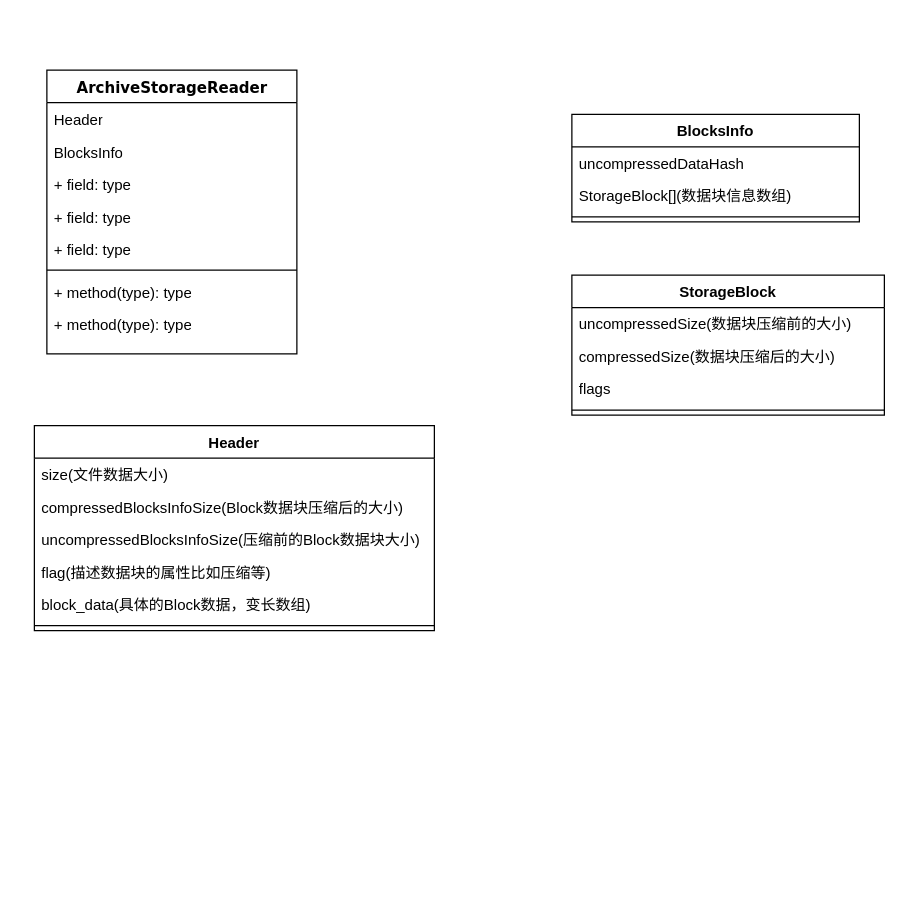
The draw.io diagram Untitled Diagram.drawio in houxuanfelix/FelixCode, before the edit. Source tidied: cells renumbered, new cells numbered last; positions are measured from the earlier drawing's top-left corner, leaving out a move shared by most shapes. Both pictures are drawn from the tidied source at 125%, with x=0, y=0 at pixel (34, 70).
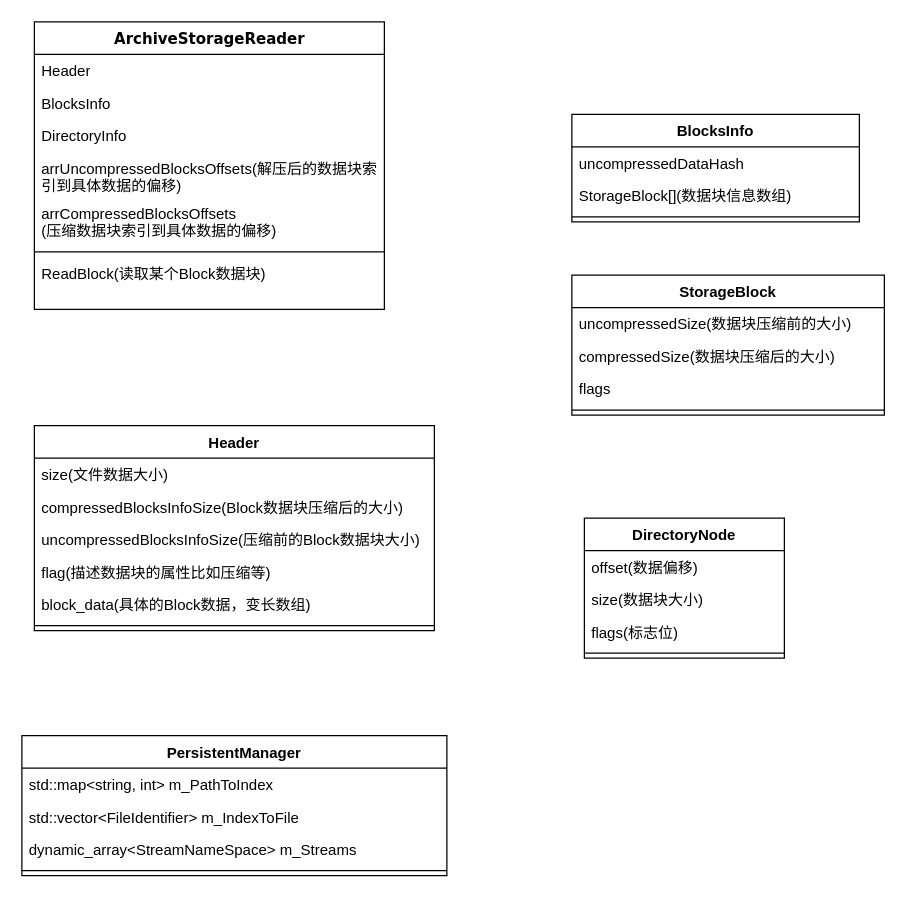
Above is the later version.

Diff of the diagram source:
```diff
@@
     <mxCell id="2" value="ArchiveStorageReader" style="swimlane;html=1;fontStyle=1;align=center;verticalAlign=top;horizontal=1;startSize=26;swimlaneFillColor=#ffffff;rounded=0;shadow=0;comic=0;labelBackgroundColor=none;strokeColor=#000000;strokeWidth=1;fillColor=none;fontFamily=Verdana;fontSize=12;fontColor=#000000;" parent="1" vertex="1">
-      <mxGeometry x="10" y="-0.5" width="200" height="227" as="geometry" />
+      <mxGeometry y="-39" width="280" height="230" as="geometry" />
     </mxCell>
     <mxCell id="3" value="Header" style="text;html=1;strokeColor=none;fillColor=none;align=left;verticalAlign=top;spacingLeft=4;spacingRight=4;whiteSpace=wrap;overflow=hidden;" parent="2" vertex="1">
-      <mxGeometry y="26" width="200" height="26" as="geometry" />
+      <mxGeometry y="26" width="280" height="26" as="geometry" />
     </mxCell>
     <mxCell id="4" value="BlocksInfo" style="text;html=1;strokeColor=none;fillColor=none;align=left;verticalAlign=top;spacingLeft=4;spacingRight=4;whiteSpace=wrap;overflow=hidden;" parent="2" vertex="1">
-      <mxGeometry y="52" width="200" height="26" as="geometry" />
+      <mxGeometry y="52" width="280" height="26" as="geometry" />
     </mxCell>
-    <mxCell id="5" value="+ field: type" style="text;html=1;strokeColor=none;fillColor=none;align=left;verticalAlign=top;spacingLeft=4;spacingRight=4;whiteSpace=wrap;overflow=hidden;" parent="2" vertex="1">
-      <mxGeometry y="78" width="200" height="26" as="geometry" />
+    <mxCell id="5" value="DirectoryInfo" style="text;html=1;strokeColor=none;fillColor=none;align=left;verticalAlign=top;spacingLeft=4;spacingRight=4;whiteSpace=wrap;overflow=hidden;" parent="2" vertex="1">
+      <mxGeometry y="78" width="280" height="26" as="geometry" />
     </mxCell>
-    <mxCell id="6" value="+ field: type" style="text;html=1;strokeColor=none;fillColor=none;align=left;verticalAlign=top;spacingLeft=4;spacingRight=4;whiteSpace=wrap;overflow=hidden;" parent="2" vertex="1">
-      <mxGeometry y="104" width="200" height="26" as="geometry" />
+    <mxCell id="6" value="arrUncompressedBlocksOffsets(解压后的数据块索引到具体数据的偏移)" style="text;html=1;strokeColor=none;fillColor=none;align=left;verticalAlign=top;spacingLeft=4;spacingRight=4;whiteSpace=wrap;overflow=hidden;" parent="2" vertex="1">
+      <mxGeometry y="104" width="280" height="36" as="geometry" />
     </mxCell>
-    <mxCell id="7" value="+ field: type" style="text;html=1;strokeColor=none;fillColor=none;align=left;verticalAlign=top;spacingLeft=4;spacingRight=4;whiteSpace=wrap;overflow=hidden;" parent="2" vertex="1">
-      <mxGeometry y="130" width="200" height="26" as="geometry" />
+    <mxCell id="7" value="arrCompressedBlocksOffsets&lt;br&gt;(压缩数据块索引到具体数据的偏移)" style="text;html=1;strokeColor=none;fillColor=none;align=left;verticalAlign=top;spacingLeft=4;spacingRight=4;whiteSpace=wrap;overflow=hidden;" parent="2" vertex="1">
+      <mxGeometry y="140" width="280" height="40" as="geometry" />
     </mxCell>
     <mxCell id="8" style="line;html=1;strokeWidth=1;fillColor=none;align=left;verticalAlign=middle;spacingTop=-1;spacingLeft=3;spacingRight=3;labelPosition=right;" parent="2" vertex="1">
-      <mxGeometry y="156" width="200" height="8" as="geometry" />
+      <mxGeometry y="180" width="280" height="8" as="geometry" />
     </mxCell>
-    <mxCell id="9" value="+ method(type): type" style="text;html=1;strokeColor=none;fillColor=none;align=left;verticalAlign=top;spacingLeft=4;spacingRight=4;whiteSpace=wrap;overflow=hidden;" parent="2" vertex="1">
-      <mxGeometry y="164" width="200" height="26" as="geometry" />
-    </mxCell>
-    <mxCell id="10" value="+ method(type): type" style="text;html=1;strokeColor=none;fillColor=none;align=left;verticalAlign=top;spacingLeft=4;spacingRight=4;whiteSpace=wrap;overflow=hidden;" parent="2" vertex="1">
-      <mxGeometry y="190" width="200" height="26" as="geometry" />
-    </mxCell>
+    <mxCell id="27" value="ReadBlock(读取某个Block数据块)" style="text;html=1;strokeColor=none;fillColor=none;align=left;verticalAlign=top;spacingLeft=4;spacingRight=4;whiteSpace=wrap;overflow=hidden;" parent="2" vertex="1">
+      <mxGeometry y="188" width="280" height="26" as="geometry" />
+    </mxCell>
@@
+    <mxCell id="28" value="DirectoryNode" style="swimlane;fontStyle=1;align=center;verticalAlign=top;horizontal=1;startSize=26;" parent="1" vertex="1">
+      <mxGeometry x="440" y="358" width="160" height="112" as="geometry" />
+    </mxCell>
+    <mxCell id="29" value="offset(数据偏移)" style="text;strokeColor=none;fillColor=none;align=left;verticalAlign=top;spacingLeft=4;spacingRight=4;overflow=hidden;" parent="28" vertex="1">
+      <mxGeometry y="26" width="160" height="26" as="geometry" />
+    </mxCell>
+    <mxCell id="30" value="size(数据块大小)" style="text;strokeColor=none;fillColor=none;align=left;verticalAlign=top;spacingLeft=4;spacingRight=4;overflow=hidden;" parent="28" vertex="1">
+      <mxGeometry y="52" width="160" height="26" as="geometry" />
+    </mxCell>
+    <mxCell id="31" value="flags(标志位)" style="text;strokeColor=none;fillColor=none;align=left;verticalAlign=top;spacingLeft=4;spacingRight=4;overflow=hidden;" parent="28" vertex="1">
+      <mxGeometry y="78" width="160" height="26" as="geometry" />
+    </mxCell>
+    <mxCell id="32" style="line;strokeWidth=1;fillColor=none;align=left;verticalAlign=middle;spacingTop=-1;spacingLeft=3;spacingRight=3;labelPosition=right;" parent="28" vertex="1">
+      <mxGeometry y="104" width="160" height="8" as="geometry" />
+    </mxCell>
+    <mxCell id="33" value="PersistentManager" style="swimlane;fontStyle=1;align=center;verticalAlign=top;horizontal=1;startSize=26;" parent="1" vertex="1">
+      <mxGeometry x="-10" y="532" width="340" height="112" as="geometry" />
+    </mxCell>
+    <mxCell id="34" value="std::map&lt;string, int&gt; m_PathToIndex" style="text;strokeColor=none;fillColor=none;align=left;verticalAlign=top;spacingLeft=4;spacingRight=4;overflow=hidden;" parent="33" vertex="1">
+      <mxGeometry y="26" width="340" height="26" as="geometry" />
+    </mxCell>
+    <mxCell id="35" value="std::vector&lt;FileIdentifier&gt; m_IndexToFile&#10;" style="text;strokeColor=none;fillColor=none;align=left;verticalAlign=top;spacingLeft=4;spacingRight=4;overflow=hidden;" parent="33" vertex="1">
+      <mxGeometry y="52" width="340" height="26" as="geometry" />
+    </mxCell>
+    <mxCell id="36" value="dynamic_array&lt;StreamNameSpace&gt; m_Streams&#10;" style="text;strokeColor=none;fillColor=none;align=left;verticalAlign=top;spacingLeft=4;spacingRight=4;overflow=hidden;" parent="33" vertex="1">
+      <mxGeometry y="78" width="340" height="26" as="geometry" />
+    </mxCell>
+    <mxCell id="37" style="line;strokeWidth=1;fillColor=none;align=left;verticalAlign=middle;spacingTop=-1;spacingLeft=3;spacingRight=3;labelPosition=right;" parent="33" vertex="1">
+      <mxGeometry y="104" width="340" height="8" as="geometry" />
+    </mxCell>
```
